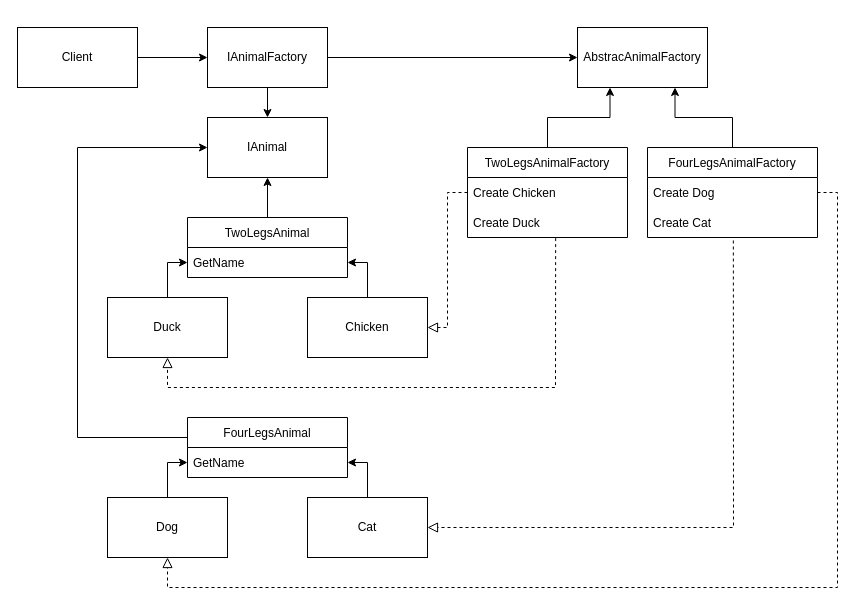
The draw.io diagram Abstract Factory.drawio in haihak/haihak, before the edit. Source tidied: cells renumbered, new cells numbered last; positions are measured from the earlier drawing's top-left corner, leaving out a move shared by most shapes. Both pictures are drawn from the tidied source at 100%, with x=0, y=0 at pixel (17, 27).
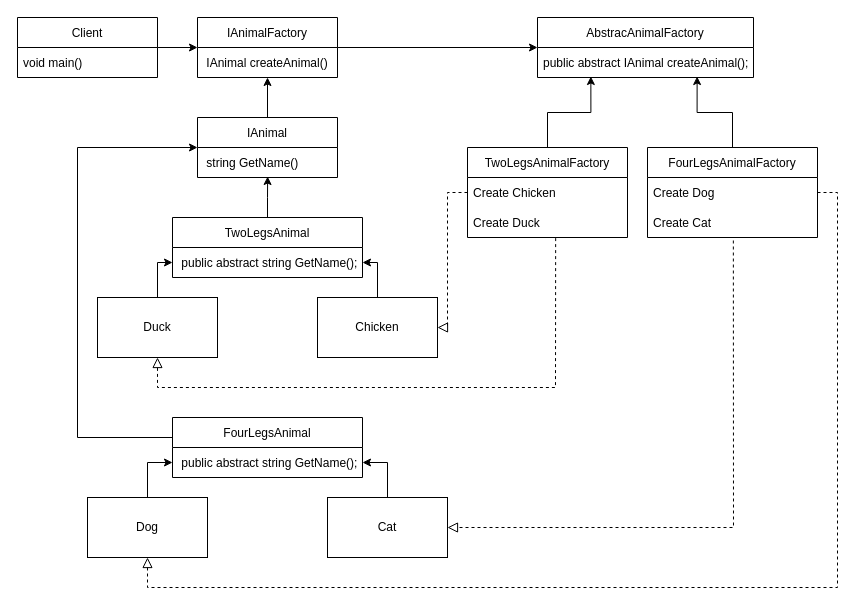
The same diagram, later.

The change refers to these unchanged cells:
```xml
<mxCell id="10" value="TwoLegsAnimalFactory" style="swimlane;fontStyle=0;horizontal=1;startSize=30;" parent="1" vertex="1">
  <mxGeometry x="450" y="120" width="160" height="90" as="geometry" />
</mxCell>
<mxCell id="12" value="Create Duck" style="text;strokeColor=none;fillColor=none;align=left;verticalAlign=middle;spacingLeft=4;spacingRight=4;overflow=hidden;points=[[0,0.5],[1,0.5]];portConstraint=eastwest;" parent="10" vertex="1">
  <mxGeometry y="60" width="160" height="30" as="geometry" />
</mxCell>
<mxCell id="14" value="FourLegsAnimalFactory" style="swimlane;fontStyle=0;horizontal=1;startSize=30;" parent="1" vertex="1">
  <mxGeometry x="630" y="120" width="170" height="90" as="geometry" />
</mxCell>
<mxCell id="15" value="Create Dog" style="text;strokeColor=none;fillColor=none;align=left;verticalAlign=middle;spacingLeft=4;spacingRight=4;overflow=hidden;points=[[0,0.5],[1,0.5]];portConstraint=eastwest;" parent="14" vertex="1">
  <mxGeometry y="30" width="170" height="30" as="geometry" />
</mxCell>
```

Diff of the diagram source:
```diff
@@
-    <mxCell id="2" style="edgeStyle=orthogonalEdgeStyle;rounded=0;jettySize=auto;html=1;entryX=0;entryY=0.5;entryDx=0;entryDy=0;" parent="1" edge="1" source="3" target="6">
-      <mxGeometry relative="1" as="geometry" />
-    </mxCell>
-    <mxCell id="3" value="Client" style="rounded=0;whiteSpace=wrap;html=1;" parent="1" vertex="1">
-      <mxGeometry width="120" height="60" as="geometry" />
-    </mxCell>
-    <mxCell id="4" style="edgeStyle=orthogonalEdgeStyle;rounded=0;jettySize=auto;html=1;entryX=0;entryY=0.5;entryDx=0;entryDy=0;" parent="1" edge="1" source="6" target="8">
-      <mxGeometry relative="1" as="geometry" />
-    </mxCell>
-    <mxCell id="5" style="edgeStyle=orthogonalEdgeStyle;rounded=0;jettySize=auto;html=1;" parent="1" edge="1" source="6" target="7">
-      <mxGeometry relative="1" as="geometry" />
-    </mxCell>
-    <mxCell id="6" value="IAnimalFactory" style="rounded=0;whiteSpace=wrap;html=1;" parent="1" vertex="1">
-      <mxGeometry x="190" width="120" height="60" as="geometry" />
-    </mxCell>
-    <mxCell id="7" value="IAnimal" style="rounded=0;whiteSpace=wrap;html=1;" parent="1" vertex="1">
-      <mxGeometry x="190" y="90" width="120" height="60" as="geometry" />
-    </mxCell>
-    <mxCell id="8" value="AbstracAnimalFactory" style="rounded=0;whiteSpace=wrap;html=1;" parent="1" vertex="1">
-      <mxGeometry x="560" width="130" height="60" as="geometry" />
-    </mxCell>
-    <mxCell id="9" style="edgeStyle=orthogonalEdgeStyle;rounded=0;jettySize=auto;html=1;entryX=0.25;entryY=1;entryDx=0;entryDy=0;" parent="1" edge="1" source="10" target="8">
+    <mxCell id="9" style="edgeStyle=orthogonalEdgeStyle;rounded=0;jettySize=auto;html=1;entryX=0.247;entryY=0.967;entryDx=0;entryDy=0;entryPerimeter=0;" parent="1" edge="1" source="10" target="40">
       <mxGeometry relative="1" as="geometry" />
     </mxCell>
@@
-    <mxCell id="13" style="edgeStyle=orthogonalEdgeStyle;rounded=0;jettySize=auto;html=1;entryX=0.75;entryY=1;entryDx=0;entryDy=0;" parent="1" edge="1" source="14" target="8">
+    <mxCell id="13" style="edgeStyle=orthogonalEdgeStyle;rounded=0;jettySize=auto;html=1;entryX=0.739;entryY=0.967;entryDx=0;entryDy=0;entryPerimeter=0;" parent="1" edge="1" source="14" target="40">
       <mxGeometry relative="1" as="geometry" />
     </mxCell>
@@
     <mxCell id="17" style="edgeStyle=orthogonalEdgeStyle;rounded=0;jettySize=auto;html=1;entryX=0;entryY=0.5;entryDx=0;entryDy=0;" parent="1" edge="1" source="18" target="31">
       <mxGeometry relative="1" as="geometry">
         <Array as="points">
-          <mxPoint x="150" y="235" />
+          <mxPoint x="140" y="235" />
         </Array>
       </mxGeometry>
     </mxCell>
     <mxCell id="18" value="Duck" style="rounded=0;whiteSpace=wrap;html=1;" parent="1" vertex="1">
-      <mxGeometry x="90" y="270" width="120" height="60" as="geometry" />
+      <mxGeometry x="80" y="270" width="120" height="60" as="geometry" />
     </mxCell>
     <mxCell id="19" style="edgeStyle=orthogonalEdgeStyle;rounded=0;jettySize=auto;html=1;exitX=0.5;exitY=0;exitDx=0;exitDy=0;entryX=1;entryY=0.5;entryDx=0;entryDy=0;" parent="1" edge="1" source="20" target="31">
       <mxGeometry relative="1" as="geometry">
         <Array as="points">
-          <mxPoint x="350" y="235" />
+          <mxPoint x="360" y="235" />
         </Array>
       </mxGeometry>
     </mxCell>
     <mxCell id="20" value="Chicken" style="rounded=0;whiteSpace=wrap;html=1;" parent="1" vertex="1">
-      <mxGeometry x="290" y="270" width="120" height="60" as="geometry" />
+      <mxGeometry x="300" y="270" width="120" height="60" as="geometry" />
     </mxCell>
@@
     <mxCell id="22" style="endArrow=block;startArrow=none;endFill=0;startFill=0;endSize=8;html=1;verticalAlign=bottom;dashed=1;labelBackgroundColor=none;rounded=0;exitX=0.551;exitY=1.02;exitDx=0;exitDy=0;exitPerimeter=0;entryX=0.5;entryY=1;entryDx=0;entryDy=0;" parent="1" edge="1" source="12" target="18">
       <mxGeometry relative="1" as="geometry">
         <Array as="points">
           <mxPoint x="538" y="360" />
           <mxPoint x="340" y="360" />
-          <mxPoint x="150" y="360" />
+          <mxPoint x="140" y="360" />
         </Array>
       </mxGeometry>
     </mxCell>
@@
     <mxCell id="24" value="Dog" style="rounded=0;whiteSpace=wrap;html=1;" parent="1" vertex="1">
-      <mxGeometry x="90" y="470" width="120" height="60" as="geometry" />
+      <mxGeometry x="70" y="470" width="120" height="60" as="geometry" />
     </mxCell>
@@
     <mxCell id="26" value="Cat" style="rounded=0;whiteSpace=wrap;html=1;" parent="1" vertex="1">
-      <mxGeometry x="290" y="470" width="120" height="60" as="geometry" />
+      <mxGeometry x="310" y="470" width="120" height="60" as="geometry" />
     </mxCell>
@@
     <mxCell id="28" style="endArrow=block;startArrow=none;endFill=0;startFill=0;endSize=8;html=1;verticalAlign=bottom;dashed=1;labelBackgroundColor=none;rounded=0;exitX=1;exitY=0.5;exitDx=0;exitDy=0;entryX=0.5;entryY=1;entryDx=0;entryDy=0;" parent="1" edge="1" source="15" target="24">
       <mxGeometry relative="1" as="geometry">
         <Array as="points">
           <mxPoint x="820" y="165" />
           <mxPoint x="820" y="560" />
           <mxPoint x="500" y="560" />
-          <mxPoint x="150" y="560" />
+          <mxPoint x="130" y="560" />
         </Array>
       </mxGeometry>
     </mxCell>
-    <mxCell id="29" style="edgeStyle=orthogonalEdgeStyle;rounded=0;jettySize=auto;html=1;entryX=0.5;entryY=1;entryDx=0;entryDy=0;" parent="1" edge="1" source="30" target="7">
-      <mxGeometry relative="1" as="geometry" />
-    </mxCell>
+    <mxCell id="35" style="edgeStyle=orthogonalEdgeStyle;rounded=0;jettySize=auto;html=1;entryX=0.501;entryY=0.967;entryDx=0;entryDy=0;entryPerimeter=0;" parent="1" edge="1" source="30" target="39">
+      <mxGeometry relative="1" as="geometry" />
+    </mxCell>
     <mxCell id="30" value="TwoLegsAnimal" style="swimlane;fontStyle=0;horizontal=1;startSize=30;" parent="1" vertex="1">
-      <mxGeometry x="170" y="190" width="160" height="60" as="geometry" />
+      <mxGeometry x="155" y="190" width="190" height="60" as="geometry" />
     </mxCell>
-    <mxCell id="31" value="GetName" style="text;strokeColor=none;fillColor=none;align=left;verticalAlign=middle;spacingLeft=4;spacingRight=4;overflow=hidden;points=[[0,0.5],[1,0.5]];portConstraint=eastwest;" parent="30" vertex="1">
-      <mxGeometry y="30" width="160" height="30" as="geometry" />
+    <mxCell id="31" value=" public abstract string GetName();" style="text;strokeColor=none;fillColor=none;align=left;verticalAlign=middle;spacingLeft=4;spacingRight=4;overflow=hidden;points=[[0,0.5],[1,0.5]];portConstraint=eastwest;" parent="30" vertex="1">
+      <mxGeometry y="30" width="190" height="30" as="geometry" />
     </mxCell>
@@
     <mxCell id="33" value="FourLegsAnimal" style="swimlane;fontStyle=0;horizontal=1;startSize=30;" parent="1" vertex="1">
-      <mxGeometry x="170" y="390" width="160" height="60" as="geometry" />
+      <mxGeometry x="155" y="390" width="190" height="60" as="geometry" />
     </mxCell>
-    <mxCell id="34" value="GetName" style="text;strokeColor=none;fillColor=none;align=left;verticalAlign=middle;spacingLeft=4;spacingRight=4;overflow=hidden;points=[[0,0.5],[1,0.5]];portConstraint=eastwest;" parent="33" vertex="1">
-      <mxGeometry y="30" width="160" height="30" as="geometry" />
+    <mxCell id="34" value=" public abstract string GetName();" style="text;strokeColor=none;fillColor=none;align=left;verticalAlign=middle;spacingLeft=4;spacingRight=4;overflow=hidden;points=[[0,0.5],[1,0.5]];portConstraint=eastwest;" parent="33" vertex="1">
+      <mxGeometry y="30" width="190" height="30" as="geometry" />
     </mxCell>
+    <mxCell id="2" style="edgeStyle=orthogonalEdgeStyle;rounded=0;jettySize=auto;html=1;" parent="1" edge="1" source="3" target="6">
+      <mxGeometry relative="1" as="geometry" />
+    </mxCell>
+    <mxCell id="3" value="Client" style="swimlane;fontStyle=0;horizontal=1;startSize=30;" parent="1" vertex="1">
+      <mxGeometry y="-10" width="140" height="60" as="geometry" />
+    </mxCell>
+    <mxCell id="36" value="void main()" style="text;strokeColor=none;fillColor=none;align=left;verticalAlign=middle;spacingLeft=4;spacingRight=4;overflow=hidden;" parent="3" vertex="1">
+      <mxGeometry y="30" width="140" height="30" as="geometry" />
+    </mxCell>
+    <mxCell id="4" style="edgeStyle=orthogonalEdgeStyle;rounded=0;jettySize=auto;html=1;" parent="1" edge="1" source="6" target="8">
+      <mxGeometry relative="1" as="geometry" />
+    </mxCell>
+    <mxCell id="6" value="IAnimalFactory" style="swimlane;fontStyle=0;horizontal=1;startSize=30;" parent="1" vertex="1">
+      <mxGeometry x="180" y="-10" width="140" height="60" as="geometry" />
+    </mxCell>
+    <mxCell id="37" value=" IAnimal createAnimal()" style="text;strokeColor=none;fillColor=none;align=left;verticalAlign=middle;spacingLeft=4;spacingRight=4;overflow=hidden;" parent="6" vertex="1">
+      <mxGeometry y="30" width="140" height="30" as="geometry" />
+    </mxCell>
+    <mxCell id="38" style="edgeStyle=orthogonalEdgeStyle;rounded=0;jettySize=auto;html=1;" parent="1" edge="1" source="7" target="6">
+      <mxGeometry relative="1" as="geometry" />
+    </mxCell>
+    <mxCell id="7" value="IAnimal" style="swimlane;fontStyle=0;horizontal=1;startSize=30;" parent="1" vertex="1">
+      <mxGeometry x="180" y="90" width="140" height="60" as="geometry" />
+    </mxCell>
+    <mxCell id="39" value=" string GetName()" style="text;strokeColor=none;fillColor=none;align=left;verticalAlign=middle;spacingLeft=4;spacingRight=4;overflow=hidden;points=[[0,0.5],[1,0.5]];portConstraint=eastwest;" parent="7" vertex="1">
+      <mxGeometry y="30" width="140" height="30" as="geometry" />
+    </mxCell>
+    <mxCell id="8" value="AbstracAnimalFactory" style="swimlane;fontStyle=0;horizontal=1;startSize=30;" parent="1" vertex="1">
+      <mxGeometry x="520" y="-10" width="216" height="60" as="geometry" />
+    </mxCell>
+    <mxCell id="40" value="public abstract IAnimal createAnimal();" style="text;strokeColor=none;fillColor=none;align=left;verticalAlign=middle;spacingLeft=4;spacingRight=4;overflow=hidden;points=[[0,0.5],[1,0.5]];portConstraint=eastwest;" parent="8" vertex="1">
+      <mxGeometry y="30" width="216" height="30" as="geometry" />
+    </mxCell>
```
